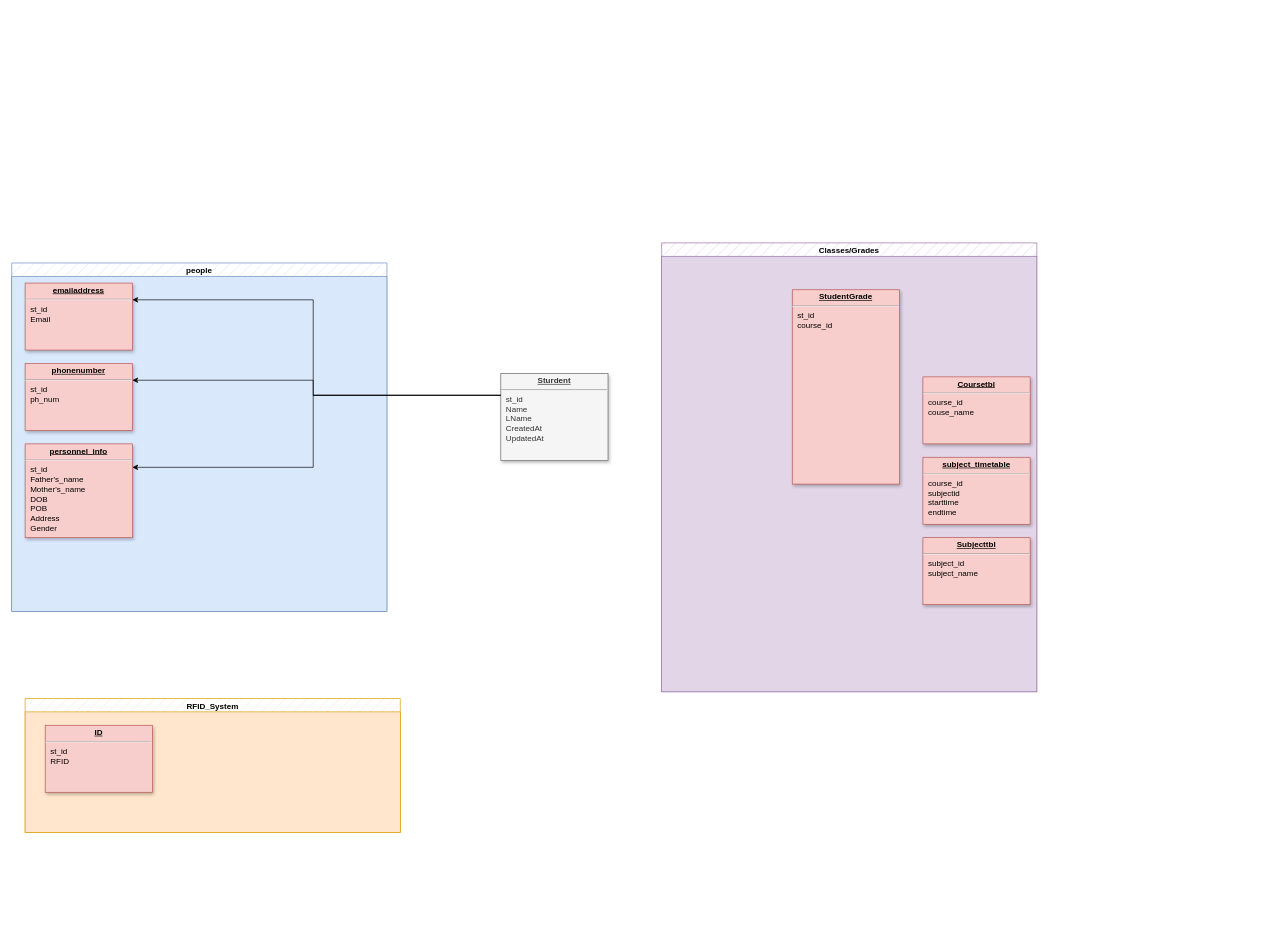
jameiat-aljazari/RFIDdbserver keeps this draw.io diagram as client/Untitled Diagram.drawio. Above is the earlier version. Source tidied: cells renumbered, new cells numbered last; positions are measured from the earlier drawing's top-left corner, leaving out a move shared by most shapes. Both pictures are drawn from the tidied source at 67%, with x=0, y=0 at pixel (11, 243).
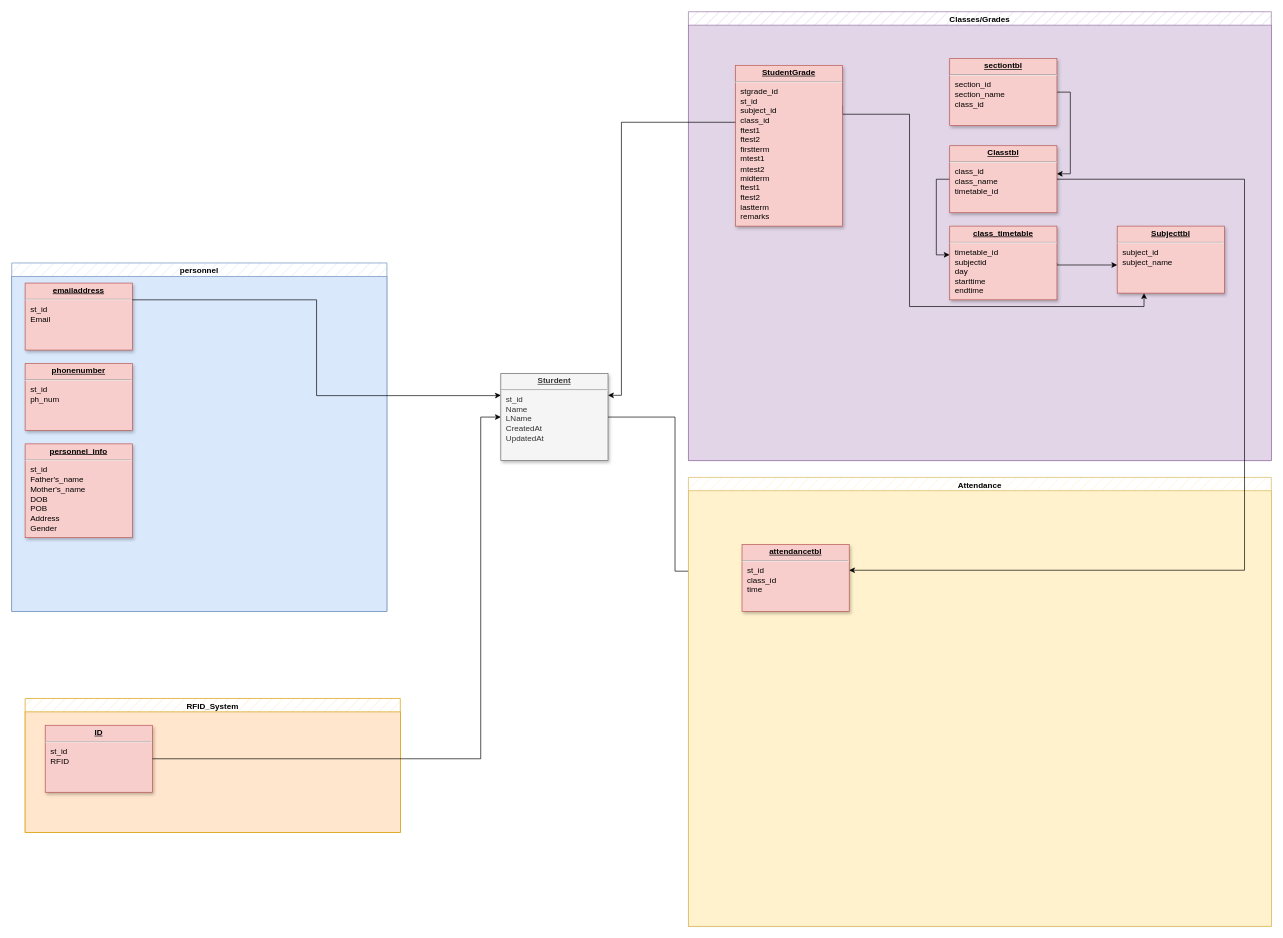
After the change.

Unchanged cells that the change refers to:
```xml
<mxCell id="2" value="&lt;p style=&quot;margin: 0px; margin-top: 4px; text-align: center; text-decoration: underline;&quot;&gt;&lt;strong&gt;Sturdent&lt;/strong&gt;&lt;/p&gt;&lt;hr&gt;&lt;p style=&quot;margin: 0px; margin-left: 8px;&quot;&gt;st_id&lt;/p&gt;&lt;p style=&quot;margin: 0px; margin-left: 8px;&quot;&gt;Name&lt;/p&gt;&lt;p style=&quot;margin: 0px; margin-left: 8px;&quot;&gt;LName&lt;/p&gt;&lt;p style=&quot;margin: 0px; margin-left: 8px;&quot;&gt;CreatedAt&lt;/p&gt;&lt;p style=&quot;margin: 0px; margin-left: 8px;&quot;&gt;UpdatedAt&lt;/p&gt;&lt;p style=&quot;margin: 0px; margin-left: 8px;&quot;&gt;&lt;br&gt;&lt;/p&gt;" style="verticalAlign=top;align=left;overflow=fill;fontSize=12;fontFamily=Helvetica;html=1;strokeColor=#666666;shadow=1;fillColor=#f5f5f5;fontColor=#333333;" parent="1" vertex="1">
  <mxGeometry x="730" y="195" width="160" height="130" as="geometry" />
</mxCell>
<mxCell id="5" value="&lt;p style=&quot;margin: 0px; margin-top: 4px; text-align: center; text-decoration: underline;&quot;&gt;&lt;strong&gt;ID&lt;/strong&gt;&lt;/p&gt;&lt;hr&gt;&lt;p style=&quot;margin: 0px; margin-left: 8px;&quot;&gt;st_id&lt;/p&gt;&lt;p style=&quot;margin: 0px; margin-left: 8px;&quot;&gt;RFID&lt;/p&gt;&lt;p style=&quot;margin: 0px; margin-left: 8px;&quot;&gt;&lt;br&gt;&lt;/p&gt;" style="verticalAlign=top;align=left;overflow=fill;fontSize=12;fontFamily=Helvetica;html=1;shadow=1;fillColor=#f8cecc;strokeColor=#b85450;" parent="3" vertex="1">
  <mxGeometry x="30" y="40" width="160" height="100" as="geometry" />
</mxCell>
<mxCell id="8" value="&lt;p style=&quot;margin: 0px; margin-top: 4px; text-align: center; text-decoration: underline;&quot;&gt;&lt;strong&gt;emailaddress&lt;/strong&gt;&lt;/p&gt;&lt;hr&gt;&lt;p style=&quot;margin: 0px; margin-left: 8px;&quot;&gt;st_id&lt;/p&gt;&lt;p style=&quot;margin: 0px; margin-left: 8px;&quot;&gt;Email&lt;/p&gt;&lt;p style=&quot;margin: 0px; margin-left: 8px;&quot;&gt;&lt;br&gt;&lt;/p&gt;" style="verticalAlign=top;align=left;overflow=fill;fontSize=12;fontFamily=Helvetica;html=1;shadow=1;fillColor=#f8cecc;strokeColor=#b85450;" parent="6" vertex="1">
  <mxGeometry x="20" y="30" width="160" height="100" as="geometry" />
</mxCell>
<mxCell id="9" value="&lt;p style=&quot;margin: 0px; margin-top: 4px; text-align: center; text-decoration: underline;&quot;&gt;&lt;strong&gt;phonenumber&lt;/strong&gt;&lt;/p&gt;&lt;hr&gt;&lt;p style=&quot;margin: 0px; margin-left: 8px;&quot;&gt;st_id&lt;/p&gt;&lt;p style=&quot;margin: 0px; margin-left: 8px;&quot;&gt;ph_num&lt;/p&gt;&lt;p style=&quot;margin: 0px; margin-left: 8px;&quot;&gt;&lt;br&gt;&lt;/p&gt;" style="verticalAlign=top;align=left;overflow=fill;fontSize=12;fontFamily=Helvetica;html=1;shadow=1;fillColor=#f8cecc;strokeColor=#b85450;" parent="6" vertex="1">
  <mxGeometry x="20" y="150" width="160" height="100" as="geometry" />
</mxCell>
<mxCell id="10" value="&lt;p style=&quot;margin: 4px 0px 0px; text-align: center;&quot;&gt;&lt;b&gt;&lt;u&gt;personnel_info&lt;/u&gt;&lt;/b&gt;&lt;br&gt;&lt;/p&gt;&lt;hr&gt;&lt;p style=&quot;margin: 0px; margin-left: 8px;&quot;&gt;st_id&lt;/p&gt;&lt;p style=&quot;margin: 0px; margin-left: 8px;&quot;&gt;Father's_name&lt;/p&gt;&lt;p style=&quot;margin: 0px; margin-left: 8px;&quot;&gt;Mother's_name&lt;/p&gt;&lt;p style=&quot;margin: 0px; margin-left: 8px;&quot;&gt;DOB&lt;/p&gt;&lt;p style=&quot;margin: 0px; margin-left: 8px;&quot;&gt;POB&lt;/p&gt;&lt;p style=&quot;margin: 0px; margin-left: 8px;&quot;&gt;Address&lt;/p&gt;&lt;p style=&quot;margin: 0px; margin-left: 8px;&quot;&gt;Gender&lt;/p&gt;" style="verticalAlign=top;align=left;overflow=fill;fontSize=12;fontFamily=Helvetica;html=1;shadow=1;fillColor=#f8cecc;strokeColor=#b85450;" parent="6" vertex="1">
  <mxGeometry x="20" y="270" width="160" height="140" as="geometry" />
</mxCell>
```

What changed in the source:
```diff
@@
+    <mxCell id="20" style="edgeStyle=orthogonalEdgeStyle;rounded=0;jettySize=auto;html=1;exitX=1;exitY=0.5;exitDx=0;exitDy=0;entryX=0.001;entryY=0.4;entryDx=0;entryDy=0;entryPerimeter=0;" parent="1" edge="1" source="2" target="31">
+      <mxGeometry relative="1" as="geometry" />
+    </mxCell>
@@
-    <mxCell id="6" value="people" style="swimlane;whiteSpace=wrap;html=1;fillColor=#dae8fc;strokeColor=#6c8ebf;rounded=0;swimlaneLine=1;fillStyle=hatch;" parent="1" vertex="1">
+    <mxCell id="6" value="personnel" style="swimlane;whiteSpace=wrap;html=1;fillColor=#dae8fc;strokeColor=#6c8ebf;rounded=0;swimlaneLine=1;fillStyle=hatch;" parent="1" vertex="1">
       <mxGeometry y="30" width="560" height="520" as="geometry" />
     </mxCell>
@@
-    <mxCell id="11" style="edgeStyle=orthogonalEdgeStyle;rounded=0;jettySize=auto;html=1;exitX=0;exitY=0.25;exitDx=0;exitDy=0;entryX=1;entryY=0.25;entryDx=0;entryDy=0;" parent="1" edge="1" source="2" target="8">
-      <mxGeometry relative="1" as="geometry">
-        <Array as="points">
-          <mxPoint x="450" y="228" />
-          <mxPoint x="450" y="85" />
-        </Array>
-      </mxGeometry>
-    </mxCell>
-    <mxCell id="12" style="edgeStyle=orthogonalEdgeStyle;rounded=0;jettySize=auto;html=1;exitX=0;exitY=0.25;exitDx=0;exitDy=0;entryX=1;entryY=0.25;entryDx=0;entryDy=0;" parent="1" edge="1" source="2" target="9">
-      <mxGeometry relative="1" as="geometry">
-        <Array as="points">
-          <mxPoint x="450" y="228" />
-          <mxPoint x="450" y="205" />
-        </Array>
-      </mxGeometry>
-    </mxCell>
-    <mxCell id="13" style="edgeStyle=orthogonalEdgeStyle;rounded=0;jettySize=auto;html=1;exitX=0;exitY=0.25;exitDx=0;exitDy=0;entryX=1;entryY=0.25;entryDx=0;entryDy=0;" parent="1" edge="1" source="2" target="10">
-      <mxGeometry relative="1" as="geometry">
-        <Array as="points">
-          <mxPoint x="450" y="228" />
-          <mxPoint x="450" y="335" />
-        </Array>
-      </mxGeometry>
-    </mxCell>
     <mxCell id="14" value="Classes/Grades&lt;br&gt;" style="swimlane;whiteSpace=wrap;html=1;fillColor=#e1d5e7;strokeColor=#9673a6;rounded=0;swimlaneLine=1;fillStyle=hatch;" parent="1" vertex="1">
-      <mxGeometry x="970" width="560" height="670" as="geometry" />
+      <mxGeometry x="1010" y="-345" width="870" height="670" as="geometry" />
     </mxCell>
     <mxCell id="15" style="rounded=0;whiteSpace=wrap;html=1;fillColor=#e1d5e7;strokeColor=#9673a6;" parent="14" vertex="1">
-      <mxGeometry y="20" width="560" height="650" as="geometry" />
+      <mxGeometry y="20" width="870" height="650" as="geometry" />
     </mxCell>
+    <mxCell id="21" style="edgeStyle=orthogonalEdgeStyle;rounded=0;jettySize=auto;html=1;exitX=1;exitY=0.25;exitDx=0;exitDy=0;entryX=0.25;entryY=1;entryDx=0;entryDy=0;" parent="14" edge="1" source="16" target="17">
+      <mxGeometry relative="1" as="geometry">
+        <Array as="points">
+          <mxPoint x="330" y="153" />
+          <mxPoint x="330" y="440" />
+          <mxPoint x="680" y="440" />
+        </Array>
+      </mxGeometry>
+    </mxCell>
-    <mxCell id="16" value="&lt;p style=&quot;margin: 0px; margin-top: 4px; text-align: center; text-decoration: underline;&quot;&gt;&lt;strong&gt;StudentGrade&lt;/strong&gt;&lt;/p&gt;&lt;hr&gt;&lt;p style=&quot;margin: 0px; margin-left: 8px;&quot;&gt;st_id&lt;/p&gt;&lt;p style=&quot;margin: 0px; margin-left: 8px;&quot;&gt;course_id&lt;/p&gt;&lt;p style=&quot;margin: 0px; margin-left: 8px;&quot;&gt;&lt;br&gt;&lt;/p&gt;&lt;p style=&quot;margin: 0px; margin-left: 8px;&quot;&gt;&lt;br&gt;&lt;/p&gt;" style="verticalAlign=top;align=left;overflow=fill;fontSize=12;fontFamily=Helvetica;html=1;shadow=1;fillColor=#f8cecc;strokeColor=#b85450;" parent="14" vertex="1">
-      <mxGeometry x="195" y="70" width="160" height="290" as="geometry" />
+    <mxCell id="16" value="&lt;p style=&quot;margin: 0px; margin-top: 4px; text-align: center; text-decoration: underline;&quot;&gt;&lt;strong&gt;StudentGrade&lt;/strong&gt;&lt;/p&gt;&lt;hr&gt;&lt;p style=&quot;margin: 0px; margin-left: 8px;&quot;&gt;stgrade_id&lt;/p&gt;&lt;p style=&quot;margin: 0px; margin-left: 8px;&quot;&gt;st_id&lt;/p&gt;&lt;p style=&quot;margin: 0px; margin-left: 8px;&quot;&gt;subject_id&lt;/p&gt;&lt;p style=&quot;margin: 0px; margin-left: 8px;&quot;&gt;class_id&lt;/p&gt;&lt;p style=&quot;margin: 0px; margin-left: 8px;&quot;&gt;ftest1&lt;/p&gt;&lt;p style=&quot;margin: 0px; margin-left: 8px;&quot;&gt;ftest2&lt;/p&gt;&lt;p style=&quot;margin: 0px; margin-left: 8px;&quot;&gt;firstterm&lt;/p&gt;&lt;p style=&quot;margin: 0px; margin-left: 8px;&quot;&gt;mtest1&lt;/p&gt;&lt;p style=&quot;margin: 0px; margin-left: 8px;&quot;&gt;mtest2&lt;/p&gt;&lt;p style=&quot;margin: 0px; margin-left: 8px;&quot;&gt;midterm&lt;/p&gt;&lt;p style=&quot;margin: 0px; margin-left: 8px;&quot;&gt;ftest1&lt;/p&gt;&lt;p style=&quot;margin: 0px; margin-left: 8px;&quot;&gt;ftest2&lt;/p&gt;&lt;p style=&quot;margin: 0px; margin-left: 8px;&quot;&gt;lastterm&lt;/p&gt;&lt;p style=&quot;margin: 0px; margin-left: 8px;&quot;&gt;remarks&lt;/p&gt;&lt;p style=&quot;margin: 0px; margin-left: 8px;&quot;&gt;&lt;br&gt;&lt;/p&gt;&lt;p style=&quot;margin: 0px; margin-left: 8px;&quot;&gt;&lt;br&gt;&lt;/p&gt;&lt;p style=&quot;margin: 0px; margin-left: 8px;&quot;&gt;&lt;br&gt;&lt;/p&gt;" style="verticalAlign=top;align=left;overflow=fill;fontSize=12;fontFamily=Helvetica;html=1;shadow=1;fillColor=#f8cecc;strokeColor=#b85450;" parent="14" vertex="1">
+      <mxGeometry x="70" y="80" width="160" height="240" as="geometry" />
     </mxCell>
     <mxCell id="17" value="&lt;p style=&quot;margin: 0px; margin-top: 4px; text-align: center; text-decoration: underline;&quot;&gt;&lt;b&gt;Subjecttbl&lt;/b&gt;&lt;/p&gt;&lt;hr&gt;&lt;p style=&quot;margin: 0px; margin-left: 8px;&quot;&gt;subject_id&lt;/p&gt;&lt;p style=&quot;margin: 0px; margin-left: 8px;&quot;&gt;subject_name&lt;/p&gt;&lt;p style=&quot;margin: 0px; margin-left: 8px;&quot;&gt;&lt;br&gt;&lt;/p&gt;" style="verticalAlign=top;align=left;overflow=fill;fontSize=12;fontFamily=Helvetica;html=1;shadow=1;fillColor=#f8cecc;strokeColor=#b85450;" parent="14" vertex="1">
-      <mxGeometry x="390" y="440" width="160" height="100" as="geometry" />
+      <mxGeometry x="640" y="320" width="160" height="100" as="geometry" />
     </mxCell>
+    <mxCell id="22" style="edgeStyle=orthogonalEdgeStyle;rounded=0;jettySize=auto;html=1;exitX=1;exitY=0.5;exitDx=0;exitDy=0;entryX=0.999;entryY=0.419;entryDx=0;entryDy=0;entryPerimeter=0;" parent="14" edge="1" source="18" target="25">
+      <mxGeometry relative="1" as="geometry" />
+    </mxCell>
-    <mxCell id="18" value="&lt;p style=&quot;margin: 0px; margin-top: 4px; text-align: center; text-decoration: underline;&quot;&gt;&lt;strong&gt;Coursetbl&lt;/strong&gt;&lt;/p&gt;&lt;hr&gt;&lt;p style=&quot;margin: 0px; margin-left: 8px;&quot;&gt;course_id&lt;/p&gt;&lt;p style=&quot;margin: 0px; margin-left: 8px;&quot;&gt;couse_name&lt;/p&gt;&lt;p style=&quot;margin: 0px; margin-left: 8px;&quot;&gt;&lt;br&gt;&lt;/p&gt;&lt;p style=&quot;margin: 0px; margin-left: 8px;&quot;&gt;&lt;br&gt;&lt;/p&gt;" style="verticalAlign=top;align=left;overflow=fill;fontSize=12;fontFamily=Helvetica;html=1;shadow=1;fillColor=#f8cecc;strokeColor=#b85450;" parent="14" vertex="1">
-      <mxGeometry x="390" y="200" width="160" height="100" as="geometry" />
+    <mxCell id="18" value="&lt;p style=&quot;margin: 0px; margin-top: 4px; text-align: center; text-decoration: underline;&quot;&gt;&lt;strong&gt;sectiontbl&lt;/strong&gt;&lt;/p&gt;&lt;hr&gt;&lt;p style=&quot;margin: 0px; margin-left: 8px;&quot;&gt;section_id&lt;/p&gt;&lt;p style=&quot;margin: 0px; margin-left: 8px;&quot;&gt;section_name&lt;/p&gt;&lt;p style=&quot;margin: 0px; margin-left: 8px;&quot;&gt;class_id&lt;/p&gt;&lt;p style=&quot;margin: 0px; margin-left: 8px;&quot;&gt;&lt;br&gt;&lt;/p&gt;&lt;p style=&quot;margin: 0px; margin-left: 8px;&quot;&gt;&lt;br&gt;&lt;/p&gt;" style="verticalAlign=top;align=left;overflow=fill;fontSize=12;fontFamily=Helvetica;html=1;shadow=1;fillColor=#f8cecc;strokeColor=#b85450;" parent="14" vertex="1">
+      <mxGeometry x="390" y="70" width="160" height="100" as="geometry" />
     </mxCell>
+    <mxCell id="23" style="edgeStyle=orthogonalEdgeStyle;rounded=0;jettySize=auto;html=1;exitX=1;exitY=0.5;exitDx=0;exitDy=0;" parent="14" edge="1" source="19">
+      <mxGeometry relative="1" as="geometry">
+        <mxPoint x="640" y="378" as="targetPoint" />
+        <Array as="points">
+          <mxPoint x="550" y="378" />
+        </Array>
+      </mxGeometry>
+    </mxCell>
-    <mxCell id="19" value="&lt;p style=&quot;margin: 0px; margin-top: 4px; text-align: center; text-decoration: underline;&quot;&gt;&lt;strong&gt;subject_timetable&lt;/strong&gt;&lt;/p&gt;&lt;hr&gt;&lt;p style=&quot;margin: 0px; margin-left: 8px;&quot;&gt;course_id&lt;/p&gt;&lt;p style=&quot;margin: 0px; margin-left: 8px;&quot;&gt;subjectid&lt;/p&gt;&lt;p style=&quot;margin: 0px; margin-left: 8px;&quot;&gt;starttime&lt;/p&gt;&lt;p style=&quot;margin: 0px; margin-left: 8px;&quot;&gt;endtime&lt;/p&gt;&lt;p style=&quot;margin: 0px; margin-left: 8px;&quot;&gt;&lt;br&gt;&lt;/p&gt;" style="verticalAlign=top;align=left;overflow=fill;fontSize=12;fontFamily=Helvetica;html=1;shadow=1;fillColor=#f8cecc;strokeColor=#b85450;" parent="14" vertex="1">
-      <mxGeometry x="390" y="320" width="160" height="100" as="geometry" />
+    <mxCell id="19" value="&lt;p style=&quot;margin: 0px; margin-top: 4px; text-align: center; text-decoration: underline;&quot;&gt;&lt;strong&gt;class_timetable&lt;/strong&gt;&lt;/p&gt;&lt;hr&gt;&lt;p style=&quot;margin: 0px; margin-left: 8px;&quot;&gt;&lt;span style=&quot;background-color: initial;&quot;&gt;timetable_id&lt;/span&gt;&lt;br&gt;&lt;/p&gt;&lt;p style=&quot;margin: 0px; margin-left: 8px;&quot;&gt;subjectid&lt;/p&gt;&lt;p style=&quot;margin: 0px; margin-left: 8px;&quot;&gt;day&lt;/p&gt;&lt;p style=&quot;margin: 0px; margin-left: 8px;&quot;&gt;starttime&lt;/p&gt;&lt;p style=&quot;margin: 0px; margin-left: 8px;&quot;&gt;endtime&lt;/p&gt;&lt;p style=&quot;margin: 0px; margin-left: 8px;&quot;&gt;&lt;br&gt;&lt;/p&gt;" style="verticalAlign=top;align=left;overflow=fill;fontSize=12;fontFamily=Helvetica;html=1;shadow=1;fillColor=#f8cecc;strokeColor=#b85450;" parent="14" vertex="1">
+      <mxGeometry x="390" y="320" width="160" height="110" as="geometry" />
     </mxCell>
+    <mxCell id="24" style="edgeStyle=orthogonalEdgeStyle;rounded=0;jettySize=auto;html=1;exitX=0;exitY=0.5;exitDx=0;exitDy=0;entryX=-0.001;entryY=0.39;entryDx=0;entryDy=0;entryPerimeter=0;" parent="14" edge="1" source="25" target="19">
+      <mxGeometry relative="1" as="geometry" />
+    </mxCell>
+    <mxCell id="25" value="&lt;p style=&quot;margin: 0px; margin-top: 4px; text-align: center; text-decoration: underline;&quot;&gt;&lt;strong&gt;Classtbl&lt;/strong&gt;&lt;/p&gt;&lt;hr&gt;&lt;p style=&quot;margin: 0px; margin-left: 8px;&quot;&gt;class_id&lt;/p&gt;&lt;p style=&quot;margin: 0px; margin-left: 8px;&quot;&gt;class_name&lt;/p&gt;&lt;p style=&quot;margin: 0px; margin-left: 8px;&quot;&gt;timetable_id&lt;/p&gt;&lt;p style=&quot;margin: 0px; margin-left: 8px;&quot;&gt;&lt;br&gt;&lt;/p&gt;&lt;p style=&quot;margin: 0px; margin-left: 8px;&quot;&gt;&lt;br&gt;&lt;/p&gt;" style="verticalAlign=top;align=left;overflow=fill;fontSize=12;fontFamily=Helvetica;html=1;shadow=1;fillColor=#f8cecc;strokeColor=#b85450;" parent="14" vertex="1">
+      <mxGeometry x="390" y="200" width="160" height="100" as="geometry" />
+    </mxCell>
+    <mxCell id="26" style="edgeStyle=orthogonalEdgeStyle;rounded=0;jettySize=auto;html=1;entryX=1;entryY=0.25;entryDx=0;entryDy=0;" parent="1" edge="1" source="16" target="2">
+      <mxGeometry relative="1" as="geometry">
+        <Array as="points">
+          <mxPoint x="910" y="-180" />
+          <mxPoint x="910" y="227" />
+        </Array>
+      </mxGeometry>
+    </mxCell>
+    <mxCell id="27" style="edgeStyle=orthogonalEdgeStyle;rounded=0;jettySize=auto;html=1;exitX=1;exitY=0.5;exitDx=0;exitDy=0;entryX=0;entryY=0.5;entryDx=0;entryDy=0;" parent="1" edge="1" source="5" target="2">
+      <mxGeometry relative="1" as="geometry">
+        <Array as="points">
+          <mxPoint x="700" y="770" />
+          <mxPoint x="700" y="260" />
+        </Array>
+      </mxGeometry>
+    </mxCell>
+    <mxCell id="28" style="edgeStyle=orthogonalEdgeStyle;rounded=0;jettySize=auto;html=1;exitX=1;exitY=0.25;exitDx=0;exitDy=0;entryX=0;entryY=0.25;entryDx=0;entryDy=0;" parent="1" edge="1" source="8" target="2">
+      <mxGeometry relative="1" as="geometry">
+        <Array as="points">
+          <mxPoint x="455" y="85" />
+          <mxPoint x="455" y="228" />
+          <mxPoint x="720" y="228" />
+        </Array>
+      </mxGeometry>
+    </mxCell>
+    <mxCell id="29" value="Attendance" style="swimlane;whiteSpace=wrap;html=1;fillColor=#fff2cc;strokeColor=#d6b656;rounded=0;swimlaneLine=1;fillStyle=hatch;" parent="1" vertex="1">
+      <mxGeometry x="1010" y="350" width="870" height="670" as="geometry" />
+    </mxCell>
+    <mxCell id="30" style="rounded=0;whiteSpace=wrap;html=1;fillColor=#fff2cc;strokeColor=#d6b656;" parent="29" vertex="1">
+      <mxGeometry y="20" width="870" height="650" as="geometry" />
+    </mxCell>
+    <mxCell id="31" value="&lt;p style=&quot;margin: 0px; margin-top: 4px; text-align: center; text-decoration: underline;&quot;&gt;&lt;b&gt;attendancetbl&lt;/b&gt;&lt;/p&gt;&lt;hr&gt;&lt;p style=&quot;margin: 0px; margin-left: 8px;&quot;&gt;st_id&lt;/p&gt;&lt;p style=&quot;margin: 0px; margin-left: 8px;&quot;&gt;class_id&lt;/p&gt;&lt;p style=&quot;margin: 0px; margin-left: 8px;&quot;&gt;time&lt;/p&gt;&lt;p style=&quot;margin: 0px; margin-left: 8px;&quot;&gt;&lt;br&gt;&lt;/p&gt;&lt;p style=&quot;margin: 0px; margin-left: 8px;&quot;&gt;&lt;br&gt;&lt;/p&gt;" style="verticalAlign=top;align=left;overflow=fill;fontSize=12;fontFamily=Helvetica;html=1;shadow=1;fillColor=#f8cecc;strokeColor=#b85450;" parent="29" vertex="1">
+      <mxGeometry x="80" y="100" width="160" height="100" as="geometry" />
+    </mxCell>
+    <mxCell id="32" style="edgeStyle=orthogonalEdgeStyle;rounded=0;jettySize=auto;html=1;exitX=1;exitY=0.5;exitDx=0;exitDy=0;entryX=0.999;entryY=0.386;entryDx=0;entryDy=0;entryPerimeter=0;" parent="1" edge="1" source="25" target="31">
+      <mxGeometry relative="1" as="geometry">
+        <Array as="points">
+          <mxPoint x="1840" y="-95" />
+          <mxPoint x="1840" y="489" />
+        </Array>
+      </mxGeometry>
+    </mxCell>
```
